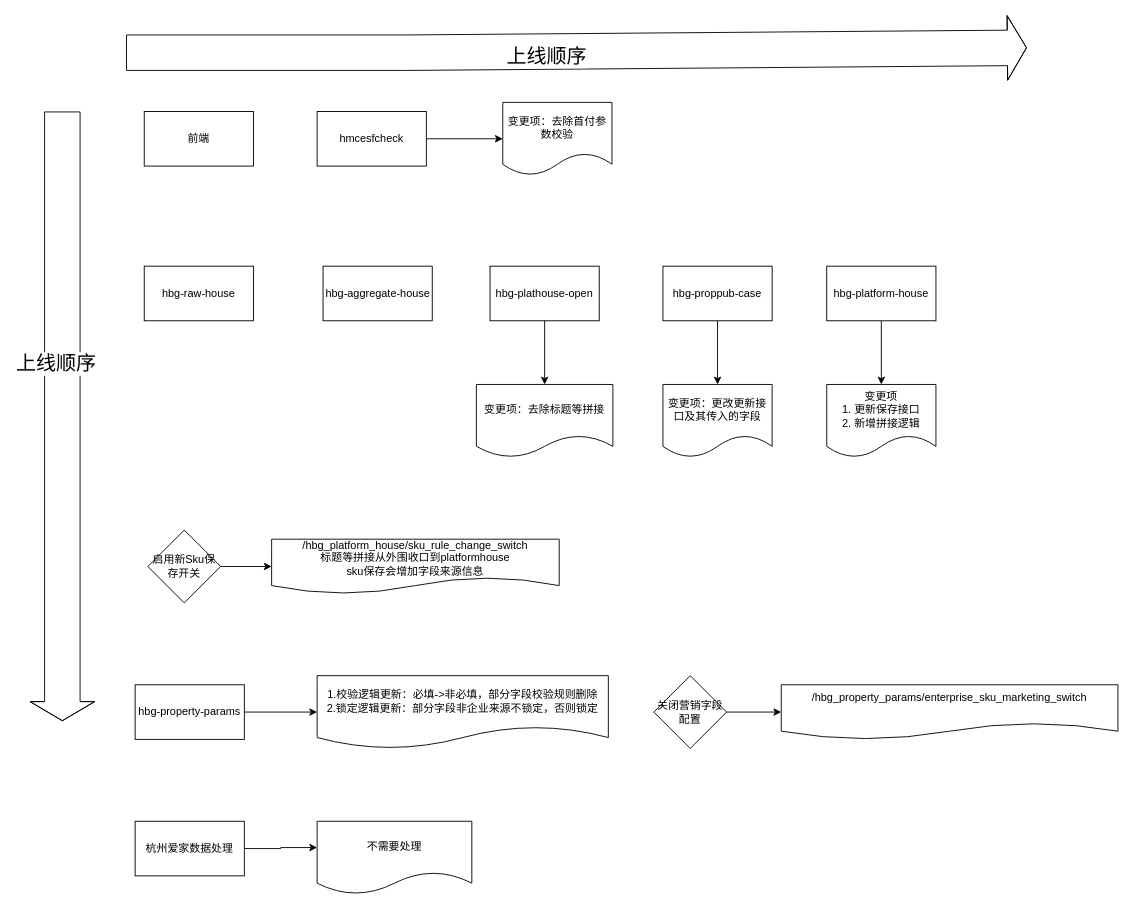
The draw.io diagram sku/sku规则改造上线流程.drawio in guyukou/drawio, before the edit. Source tidied: cells renumbered, new cells numbered last; positions are measured from the earlier drawing's top-left corner, leaving out a move shared by most shapes. Both pictures are drawn from the tidied source at 91%, with x=0, y=0 at pixel (62, 47).
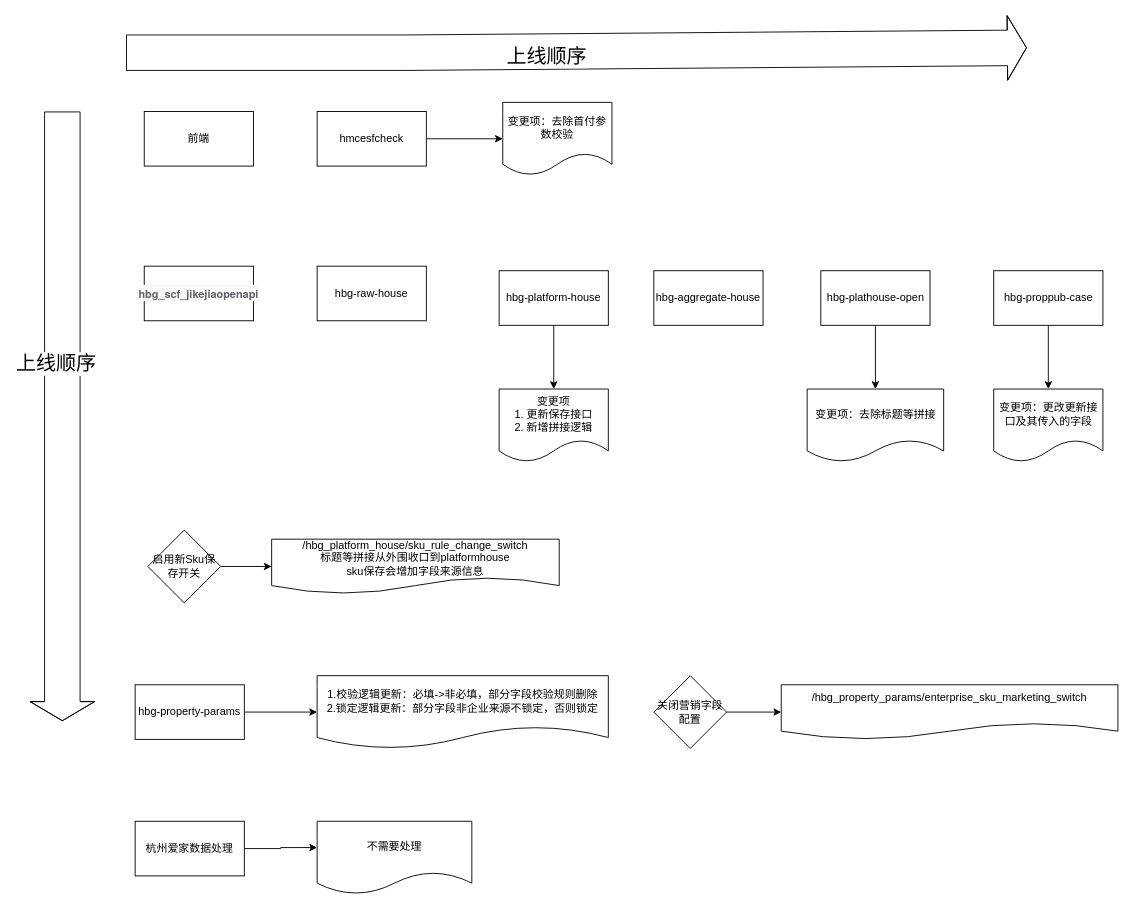
The same diagram, later.

Commit message:
Update sku规则改造上线流程.drawio

What changed in the source:
```diff
@@
     <mxCell id="4" value="hbg-aggregate-house" style="rounded=0;whiteSpace=wrap;html=1;" parent="1" vertex="1">
-      <mxGeometry x="286.5" y="240" width="120" height="60" as="geometry" />
+      <mxGeometry x="650" y="245" width="120" height="60" as="geometry" />
     </mxCell>
@@
     <mxCell id="6" value="hbg-platform-house" style="rounded=0;whiteSpace=wrap;html=1;" parent="1" vertex="1">
-      <mxGeometry x="840" y="240" width="120" height="60" as="geometry" />
+      <mxGeometry x="480" y="245" width="120" height="60" as="geometry" />
     </mxCell>
@@
     <mxCell id="8" value="hbg-plathouse-open" style="rounded=0;whiteSpace=wrap;html=1;" parent="1" vertex="1">
-      <mxGeometry x="470" y="240" width="120" height="60" as="geometry" />
+      <mxGeometry x="833.5" y="245" width="120" height="60" as="geometry" />
     </mxCell>
@@
     <mxCell id="12" value="hbg-proppub-case" style="rounded=0;whiteSpace=wrap;html=1;" parent="1" vertex="1">
-      <mxGeometry x="660" y="240" width="120" height="60" as="geometry" />
+      <mxGeometry x="1023.5" y="245" width="120" height="60" as="geometry" />
     </mxCell>
     <mxCell id="13" value="hbg-raw-house" style="rounded=0;whiteSpace=wrap;html=1;" parent="1" vertex="1">
-      <mxGeometry x="90" y="240" width="120" height="60" as="geometry" />
+      <mxGeometry x="280" y="240" width="120" height="60" as="geometry" />
     </mxCell>
@@
     <mxCell id="30" value="变更项：去除标题等拼接" style="shape=document;whiteSpace=wrap;html=1;boundedLbl=1;rounded=0;" parent="1" vertex="1">
-      <mxGeometry x="455" y="370" width="150" height="80" as="geometry" />
+      <mxGeometry x="818.5" y="375" width="150" height="80" as="geometry" />
     </mxCell>
     <mxCell id="31" value="变更项：更改更新接口及其传入的字段" style="shape=document;whiteSpace=wrap;html=1;boundedLbl=1;rounded=0;" parent="1" vertex="1">
-      <mxGeometry x="660" y="370" width="120" height="80" as="geometry" />
+      <mxGeometry x="1023.5" y="375" width="120" height="80" as="geometry" />
     </mxCell>
     <mxCell id="32" value="变更项&lt;br&gt;1. 更新保存接口&lt;br&gt;2. 新增拼接逻辑" style="shape=document;whiteSpace=wrap;html=1;boundedLbl=1;rounded=0;" parent="1" vertex="1">
-      <mxGeometry x="840" y="370" width="120" height="80" as="geometry" />
+      <mxGeometry x="480" y="375" width="120" height="80" as="geometry" />
     </mxCell>
+    <mxCell id="33" value="&lt;span style=&quot;color: rgb(96, 98, 102); font-family: &amp;quot;Helvetica Neue&amp;quot;, Helvetica, &amp;quot;PingFang SC&amp;quot;, &amp;quot;Hiragino Sans GB&amp;quot;, &amp;quot;Microsoft YaHei&amp;quot;, 微软雅黑, Arial, sans-serif, don58; font-weight: 700; text-align: left; background-color: rgb(250, 250, 251);&quot;&gt;hbg_scf_jikejiaopenapi&lt;/span&gt;" style="rounded=0;whiteSpace=wrap;html=1;" parent="1" vertex="1">
+      <mxGeometry x="90" y="240" width="120" height="60" as="geometry" />
+    </mxCell>
```
